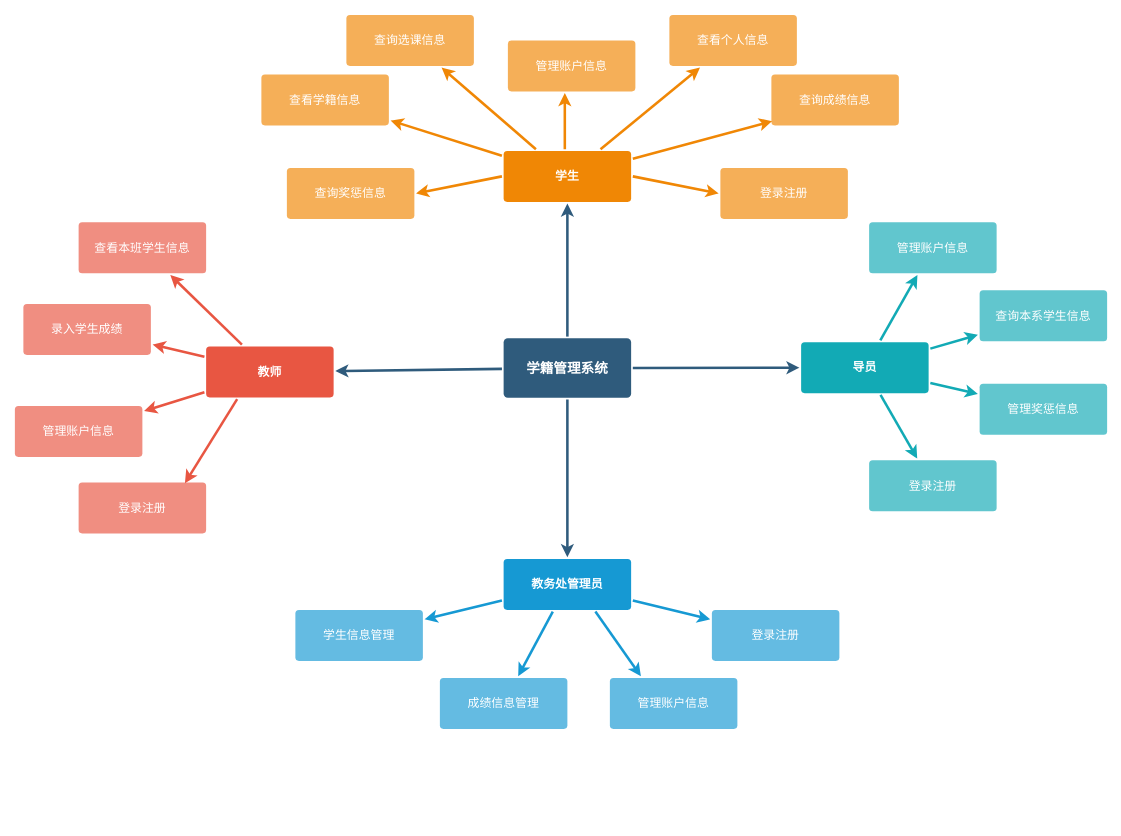
Above: function.drawio in Crumbled-potato/Picture (draw.io), before the change. Source tidied: cells renumbered, new cells numbered last; positions are measured from the earlier drawing's top-left corner, leaving out a move shared by most shapes. Both pictures are drawn from the tidied source at 85%, with x=0, y=0 at pixel (14, 14).
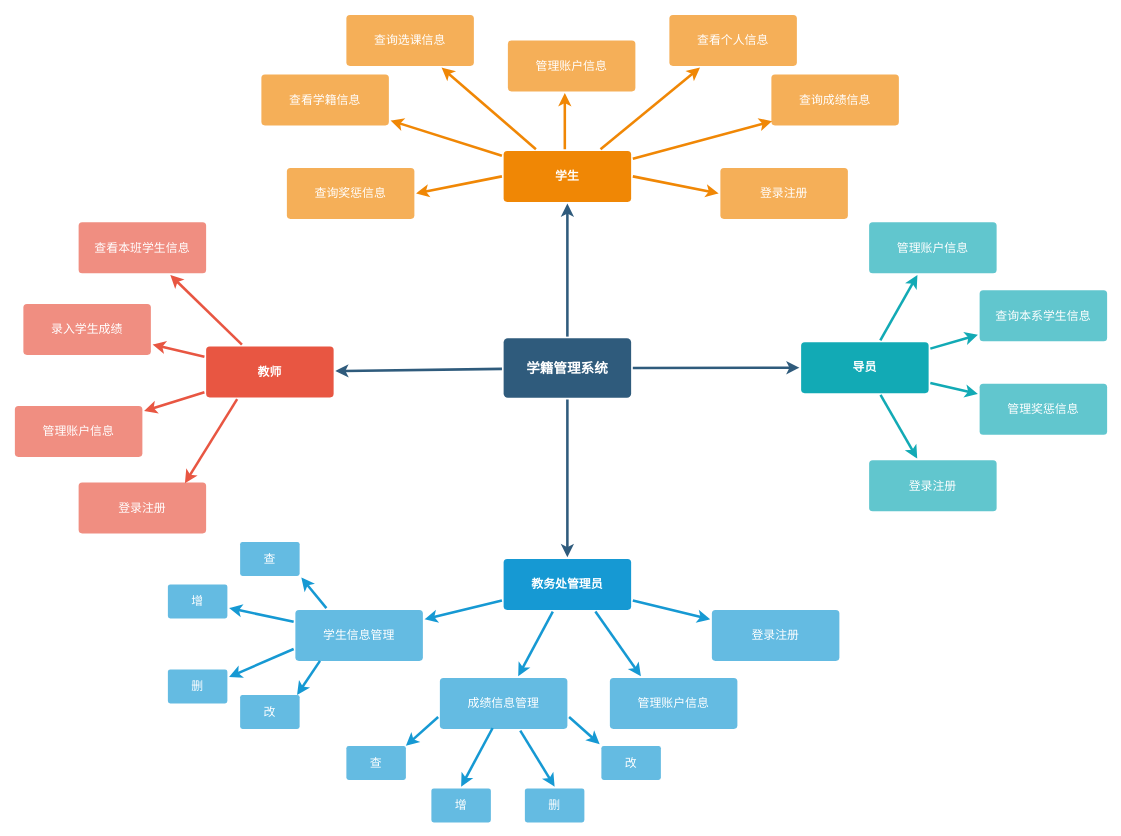
Above is the later version.

The change refers to these unchanged cells:
```xml
<mxCell id="19" value="成绩信息管理" style="rounded=1;whiteSpace=wrap;html=1;shadow=0;labelBackgroundColor=none;strokeColor=none;strokeWidth=3;fillColor=#64bbe2;fontFamily=Helvetica;fontSize=14;fontColor=#FFFFFF;align=center;spacing=5;arcSize=7;perimeterSpacing=2;" parent="1" vertex="1">
  <mxGeometry x="500" y="780" width="150" height="60" as="geometry" />
</mxCell>
<mxCell id="20" value="学生信息管理" style="rounded=1;whiteSpace=wrap;html=1;shadow=0;labelBackgroundColor=none;strokeColor=none;strokeWidth=3;fillColor=#64bbe2;fontFamily=Helvetica;fontSize=14;fontColor=#FFFFFF;align=center;spacing=5;arcSize=7;perimeterSpacing=2;" parent="1" vertex="1">
  <mxGeometry x="330" y="700" width="150" height="60" as="geometry" />
</mxCell>
```

What changed in the source:
```diff
@@
+    <mxCell id="49" value="增" style="rounded=1;whiteSpace=wrap;html=1;shadow=0;labelBackgroundColor=none;strokeColor=none;strokeWidth=3;fillColor=#64bbe2;fontFamily=Helvetica;fontSize=14;fontColor=#FFFFFF;align=center;spacing=5;arcSize=7;perimeterSpacing=2;" parent="1" vertex="1">
+      <mxGeometry x="180" y="670" width="70" height="40" as="geometry" />
+    </mxCell>
+    <mxCell id="50" value="删" style="rounded=1;whiteSpace=wrap;html=1;shadow=0;labelBackgroundColor=none;strokeColor=none;strokeWidth=3;fillColor=#64bbe2;fontFamily=Helvetica;fontSize=14;fontColor=#FFFFFF;align=center;spacing=5;arcSize=7;perimeterSpacing=2;" parent="1" vertex="1">
+      <mxGeometry x="180" y="770" width="70" height="40" as="geometry" />
+    </mxCell>
+    <mxCell id="51" value="查" style="rounded=1;whiteSpace=wrap;html=1;shadow=0;labelBackgroundColor=none;strokeColor=none;strokeWidth=3;fillColor=#64bbe2;fontFamily=Helvetica;fontSize=14;fontColor=#FFFFFF;align=center;spacing=5;arcSize=7;perimeterSpacing=2;" parent="1" vertex="1">
+      <mxGeometry x="265" y="620" width="70" height="40" as="geometry" />
+    </mxCell>
+    <mxCell id="52" style="edgeStyle=none;rounded=0;jumpStyle=none;html=1;shadow=0;labelBackgroundColor=none;startArrow=none;startFill=0;endArrow=classic;endFill=1;jettySize=auto;strokeColor=#1699D3;strokeWidth=3;fontFamily=Helvetica;fontSize=14;fontColor=#FFFFFF;spacing=5;entryX=1;entryY=1;entryDx=0;entryDy=0;exitX=0.25;exitY=0;exitDx=0;exitDy=0;" parent="1" edge="1" source="20" target="51">
+      <mxGeometry relative="1" as="geometry" />
+    </mxCell>
+    <mxCell id="53" value="改" style="rounded=1;whiteSpace=wrap;html=1;shadow=0;labelBackgroundColor=none;strokeColor=none;strokeWidth=3;fillColor=#64bbe2;fontFamily=Helvetica;fontSize=14;fontColor=#FFFFFF;align=center;spacing=5;arcSize=7;perimeterSpacing=2;" parent="1" vertex="1">
+      <mxGeometry x="265" y="800" width="70" height="40" as="geometry" />
+    </mxCell>
+    <mxCell id="54" style="edgeStyle=none;rounded=0;jumpStyle=none;html=1;shadow=0;labelBackgroundColor=none;startArrow=none;startFill=0;endArrow=classic;endFill=1;jettySize=auto;strokeColor=#1699D3;strokeWidth=3;fontFamily=Helvetica;fontSize=14;fontColor=#FFFFFF;spacing=5;exitX=0.201;exitY=0.969;exitDx=0;exitDy=0;exitPerimeter=0;" parent="1" edge="1" source="20">
+      <mxGeometry relative="1" as="geometry">
+        <mxPoint x="332" y="800" as="targetPoint" />
+      </mxGeometry>
+    </mxCell>
+    <mxCell id="55" style="edgeStyle=none;rounded=0;jumpStyle=none;html=1;shadow=0;labelBackgroundColor=none;startArrow=none;startFill=0;endArrow=classic;endFill=1;jettySize=auto;strokeColor=#1699D3;strokeWidth=3;fontFamily=Helvetica;fontSize=14;fontColor=#FFFFFF;spacing=5;exitX=0;exitY=0.25;exitDx=0;exitDy=0;" parent="1" edge="1" source="20" target="49">
+      <mxGeometry relative="1" as="geometry" />
+    </mxCell>
+    <mxCell id="56" style="edgeStyle=none;rounded=0;jumpStyle=none;html=1;shadow=0;labelBackgroundColor=none;startArrow=none;startFill=0;endArrow=classic;endFill=1;jettySize=auto;strokeColor=#1699D3;strokeWidth=3;fontFamily=Helvetica;fontSize=14;fontColor=#FFFFFF;spacing=5;exitX=0;exitY=0.75;exitDx=0;exitDy=0;entryX=1;entryY=0.25;entryDx=0;entryDy=0;" parent="1" edge="1" source="20" target="50">
+      <mxGeometry relative="1" as="geometry" />
+    </mxCell>
+    <mxCell id="57" value="查" style="rounded=1;whiteSpace=wrap;html=1;shadow=0;labelBackgroundColor=none;strokeColor=none;strokeWidth=3;fillColor=#64bbe2;fontFamily=Helvetica;fontSize=14;fontColor=#FFFFFF;align=center;spacing=5;arcSize=7;perimeterSpacing=2;" parent="1" vertex="1">
+      <mxGeometry x="390" y="860" width="70" height="40" as="geometry" />
+    </mxCell>
+    <mxCell id="58" value="增" style="rounded=1;whiteSpace=wrap;html=1;shadow=0;labelBackgroundColor=none;strokeColor=none;strokeWidth=3;fillColor=#64bbe2;fontFamily=Helvetica;fontSize=14;fontColor=#FFFFFF;align=center;spacing=5;arcSize=7;perimeterSpacing=2;" parent="1" vertex="1">
+      <mxGeometry x="490" y="910" width="70" height="40" as="geometry" />
+    </mxCell>
+    <mxCell id="59" value="删" style="rounded=1;whiteSpace=wrap;html=1;shadow=0;labelBackgroundColor=none;strokeColor=none;strokeWidth=3;fillColor=#64bbe2;fontFamily=Helvetica;fontSize=14;fontColor=#FFFFFF;align=center;spacing=5;arcSize=7;perimeterSpacing=2;" parent="1" vertex="1">
+      <mxGeometry x="600" y="910" width="70" height="40" as="geometry" />
+    </mxCell>
+    <mxCell id="60" value="改" style="rounded=1;whiteSpace=wrap;html=1;shadow=0;labelBackgroundColor=none;strokeColor=none;strokeWidth=3;fillColor=#64bbe2;fontFamily=Helvetica;fontSize=14;fontColor=#FFFFFF;align=center;spacing=5;arcSize=7;perimeterSpacing=2;" parent="1" vertex="1">
+      <mxGeometry x="690" y="860" width="70" height="40" as="geometry" />
+    </mxCell>
+    <mxCell id="61" style="edgeStyle=none;rounded=0;jumpStyle=none;html=1;shadow=0;labelBackgroundColor=none;startArrow=none;startFill=0;endArrow=classic;endFill=1;jettySize=auto;strokeColor=#1699D3;strokeWidth=3;fontFamily=Helvetica;fontSize=14;fontColor=#FFFFFF;spacing=5;exitX=0.416;exitY=0.953;exitDx=0;exitDy=0;entryX=0.5;entryY=0;entryDx=0;entryDy=0;exitPerimeter=0;" parent="1" edge="1" source="19" target="58">
+      <mxGeometry relative="1" as="geometry" />
+    </mxCell>
+    <mxCell id="62" style="edgeStyle=none;rounded=0;jumpStyle=none;html=1;shadow=0;labelBackgroundColor=none;startArrow=none;startFill=0;endArrow=classic;endFill=1;jettySize=auto;strokeColor=#1699D3;strokeWidth=3;fontFamily=Helvetica;fontSize=14;fontColor=#FFFFFF;spacing=5;entryX=0.5;entryY=0;entryDx=0;entryDy=0;" parent="1" edge="1" source="19" target="59">
+      <mxGeometry relative="1" as="geometry" />
+    </mxCell>
+    <mxCell id="63" style="edgeStyle=none;rounded=0;jumpStyle=none;html=1;shadow=0;labelBackgroundColor=none;startArrow=none;startFill=0;endArrow=classic;endFill=1;jettySize=auto;strokeColor=#1699D3;strokeWidth=3;fontFamily=Helvetica;fontSize=14;fontColor=#FFFFFF;spacing=5;entryX=0;entryY=0;entryDx=0;entryDy=0;exitX=1;exitY=0.75;exitDx=0;exitDy=0;" parent="1" edge="1" source="19" target="60">
+      <mxGeometry relative="1" as="geometry" />
+    </mxCell>
+    <mxCell id="64" style="edgeStyle=none;rounded=0;jumpStyle=none;html=1;shadow=0;labelBackgroundColor=none;startArrow=none;startFill=0;endArrow=classic;endFill=1;jettySize=auto;strokeColor=#1699D3;strokeWidth=3;fontFamily=Helvetica;fontSize=14;fontColor=#FFFFFF;spacing=5;exitX=0;exitY=0.75;exitDx=0;exitDy=0;" parent="1" edge="1" source="19">
+      <mxGeometry relative="1" as="geometry">
+        <mxPoint x="460" y="860" as="targetPoint" />
+      </mxGeometry>
+    </mxCell>
```
